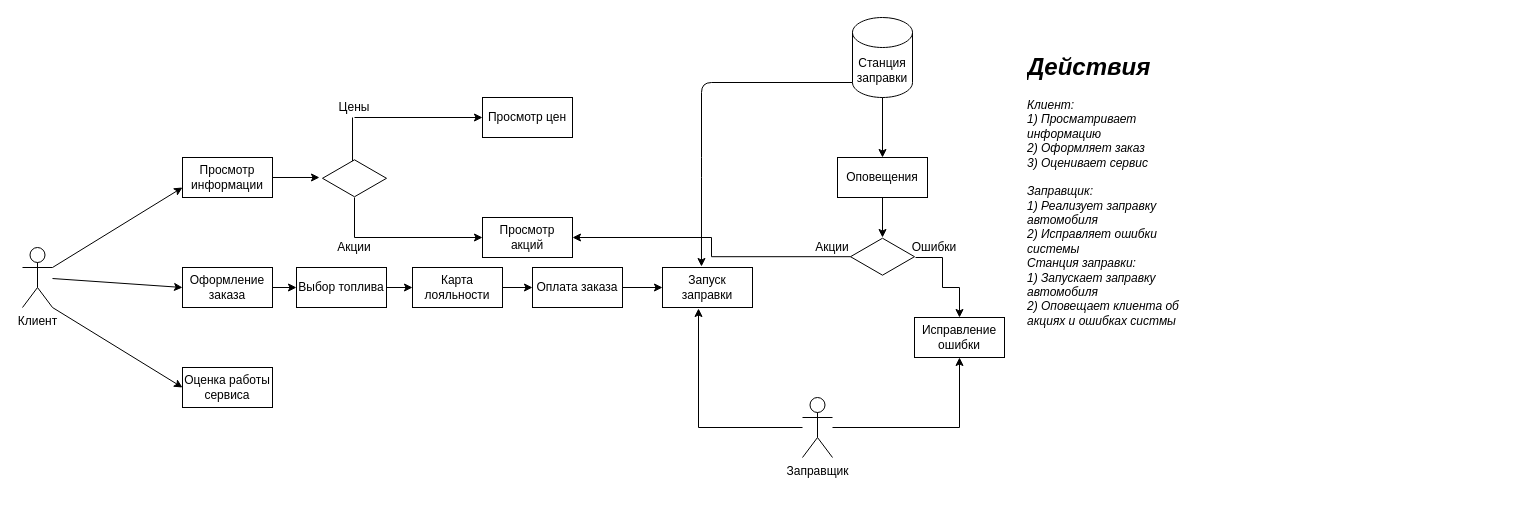
Above: DFD IS gas station.drawio in aleksey899/gas-station (draw.io), before the change. Source tidied: cells renumbered, new cells numbered last; positions are measured from the earlier drawing's top-left corner, leaving out a move shared by most shapes. Both pictures are drawn from the tidied source at 100%, with x=0, y=0 at pixel (22, 17).
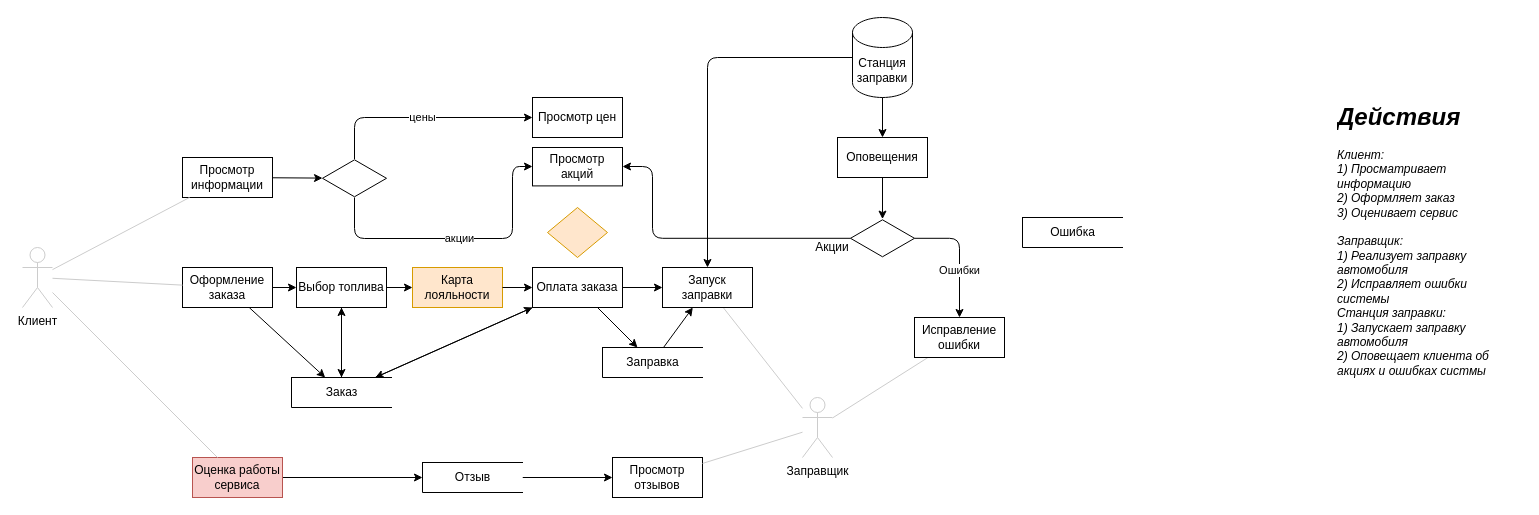
Above is the later version.

The change refers to these unchanged cells:
```xml
<mxCell id="3" value="Просмотр информации" style="rounded=0;whiteSpace=wrap;html=1;" parent="1" vertex="1">
  <mxGeometry x="160" y="140" width="90" height="40" as="geometry" />
</mxCell>
<mxCell id="5" value="Оформление заказа" style="rounded=0;whiteSpace=wrap;html=1;" parent="1" vertex="1">
  <mxGeometry x="160" y="250" width="90" height="40" as="geometry" />
</mxCell>
<mxCell id="9" style="html=1;whiteSpace=wrap;shape=isoRectangle;" parent="1" vertex="1">
  <mxGeometry x="300" y="141.6" width="64" height="38.4" as="geometry" />
</mxCell>
<mxCell id="19" value="Оплата заказа" style="rounded=0;whiteSpace=wrap;html=1;" parent="1" vertex="1">
  <mxGeometry x="510" y="250" width="90" height="40" as="geometry" />
</mxCell>
<mxCell id="21" value="Выбор топлива" style="rounded=0;whiteSpace=wrap;html=1;" parent="1" vertex="1">
  <mxGeometry x="274" y="250" width="90" height="40" as="geometry" />
</mxCell>
<mxCell id="25" value="Станция заправки" style="shape=cylinder3;whiteSpace=wrap;html=1;boundedLbl=1;backgroundOutline=1;size=15;" parent="1" vertex="1">
  <mxGeometry x="830" width="60" height="80" as="geometry" />
</mxCell>
<mxCell id="29" value="Запуск заправки" style="rounded=0;whiteSpace=wrap;html=1;" parent="1" vertex="1">
  <mxGeometry x="640" y="250" width="90" height="40" as="geometry" />
</mxCell>
<mxCell id="41" value="Исправление ошибки" style="rounded=0;whiteSpace=wrap;html=1;" parent="1" vertex="1">
  <mxGeometry x="892" y="300" width="90" height="40" as="geometry" />
</mxCell>
```

Diff of the diagram source:
```diff
@@
-    <mxCell id="2" value="Клиент" style="shape=umlActor;verticalLabelPosition=bottom;verticalAlign=top;html=1;outlineConnect=0;" parent="1" vertex="1">
+    <mxCell id="2" value="Клиент" style="shape=umlActor;verticalLabelPosition=bottom;verticalAlign=top;html=1;outlineConnect=0;strokeColor=#CCCCCC;" parent="1" vertex="1">
       <mxGeometry y="230" width="30" height="60" as="geometry" />
     </mxCell>
@@
+    <mxCell id="43" style="edgeStyle=none;jettySize=auto;html=1;" parent="1" edge="1" source="4" target="50">
+      <mxGeometry relative="1" as="geometry" />
+    </mxCell>
-    <mxCell id="4" value="Оценка работы сервиса" style="rounded=0;whiteSpace=wrap;html=1;" parent="1" vertex="1">
-      <mxGeometry x="160" y="350" width="90" height="40" as="geometry" />
+    <mxCell id="4" value="Оценка работы сервиса" style="rounded=0;whiteSpace=wrap;html=1;fillColor=#f8cecc;strokeColor=#b85450;" parent="1" vertex="1">
+      <mxGeometry x="170" y="440" width="90" height="40" as="geometry" />
     </mxCell>
+    <mxCell id="44" style="edgeStyle=none;jettySize=auto;html=1;" parent="1" edge="1" source="5" target="55">
+      <mxGeometry relative="1" as="geometry" />
+    </mxCell>
@@
-    <mxCell id="6" style="endArrow=classic;html=1;exitX=1;exitY=0.3333333333333333;exitDx=0;exitDy=0;exitPerimeter=0;entryX=0;entryY=0.75;entryDx=0;entryDy=0;" parent="1" edge="1" source="2" target="3">
+    <mxCell id="6" style="endArrow=none;html=1;endFill=0;strokeColor=#CCCCCC;" parent="1" edge="1" source="2" target="3">
       <mxGeometry relative="1" as="geometry" />
     </mxCell>
-    <mxCell id="7" style="endArrow=classic;html=1;entryX=0;entryY=0.5;entryDx=0;entryDy=0;" parent="1" edge="1" source="2" target="5">
+    <mxCell id="7" style="endArrow=none;html=1;endFill=0;strokeColor=#CCCCCC;" parent="1" edge="1" source="2" target="5">
       <mxGeometry relative="1" as="geometry" />
     </mxCell>
-    <mxCell id="8" style="endArrow=classic;html=1;entryX=0;entryY=0.5;entryDx=0;entryDy=0;exitX=1;exitY=1;exitDx=0;exitDy=0;exitPerimeter=0;" parent="1" edge="1" source="2" target="4">
+    <mxCell id="8" style="endArrow=none;html=1;endFill=0;strokeColor=#CCCCCC;" parent="1" edge="1" source="2" target="4">
       <mxGeometry relative="1" as="geometry" />
     </mxCell>
+    <mxCell id="45" value="цены" style="edgeStyle=orthogonalEdgeStyle;rounded=1;jettySize=auto;html=1;" parent="1" edge="1" source="9" target="16">
+      <mxGeometry relative="1" as="geometry">
+        <Array as="points">
+          <mxPoint x="332" y="100" />
+        </Array>
+      </mxGeometry>
+    </mxCell>
@@
-    <mxCell id="10" style="endArrow=none;html=1;fontStyle=1;" parent="1" edge="1" target="9">
-      <mxGeometry relative="1" as="geometry">
-        <mxPoint x="332" y="220" as="sourcePoint" />
-      </mxGeometry>
-    </mxCell>
-    <mxCell id="11" style="endArrow=none;html=1;exitX=0.469;exitY=0.052;exitDx=0;exitDy=0;exitPerimeter=0;" parent="1" edge="1" source="9">
-      <mxGeometry relative="1" as="geometry">
-        <mxPoint x="330" y="100" as="targetPoint" />
-      </mxGeometry>
-    </mxCell>
-    <mxCell id="12" style="endArrow=classic;html=1;exitX=1;exitY=0.5;exitDx=0;exitDy=0;entryX=-0.047;entryY=0.479;entryDx=0;entryDy=0;entryPerimeter=0;" parent="1" edge="1" source="3" target="9">
+    <mxCell id="12" style="endArrow=classic;html=1;" parent="1" edge="1" source="3" target="9">
       <mxGeometry relative="1" as="geometry" />
     </mxCell>
-    <mxCell id="13" value="Цены" style="text;html=1;strokeColor=none;fillColor=none;align=center;verticalAlign=middle;whiteSpace=wrap;rounded=0;" parent="1" vertex="1">
-      <mxGeometry x="312" y="80" width="40" height="20" as="geometry" />
-    </mxCell>
-    <mxCell id="14" value="Акции" style="text;html=1;strokeColor=none;fillColor=none;align=center;verticalAlign=middle;whiteSpace=wrap;rounded=0;" parent="1" vertex="1">
-      <mxGeometry x="312" y="220" width="40" height="20" as="geometry" />
-    </mxCell>
     <mxCell id="15" value="Просмотр акций" style="rounded=0;whiteSpace=wrap;html=1;" parent="1" vertex="1">
-      <mxGeometry x="460" y="200" width="90" height="40" as="geometry" />
+      <mxGeometry x="510" y="130" width="90" height="38.4" as="geometry" />
     </mxCell>
     <mxCell id="16" value="Просмотр цен" style="rounded=0;whiteSpace=wrap;html=1;" parent="1" vertex="1">
-      <mxGeometry x="460" y="80" width="90" height="40" as="geometry" />
+      <mxGeometry x="510" y="80" width="90" height="40" as="geometry" />
     </mxCell>
-    <mxCell id="17" style="endArrow=classic;html=1;exitX=0.5;exitY=0;exitDx=0;exitDy=0;entryX=0;entryY=0.5;entryDx=0;entryDy=0;" parent="1" edge="1" source="14" target="15">
-      <mxGeometry relative="1" as="geometry" />
+    <mxCell id="17" value="акции" style="endArrow=classic;html=1;edgeStyle=orthogonalEdgeStyle;" parent="1" edge="1" source="9" target="15">
+      <mxGeometry relative="1" as="geometry">
+        <Array as="points">
+          <mxPoint x="332" y="221" />
+          <mxPoint x="490" y="221" />
+          <mxPoint x="490" y="149" />
+        </Array>
+      </mxGeometry>
     </mxCell>
-    <mxCell id="18" style="endArrow=classic;html=1;exitX=0.5;exitY=1;exitDx=0;exitDy=0;entryX=0;entryY=0.5;entryDx=0;entryDy=0;" parent="1" edge="1" source="13" target="16">
-      <mxGeometry relative="1" as="geometry" />
-    </mxCell>
+    <mxCell id="46" style="edgeStyle=none;jettySize=auto;html=1;" parent="1" edge="1" source="19" target="57">
+      <mxGeometry relative="1" as="geometry" />
+    </mxCell>
+    <mxCell id="47" style="edgeStyle=none;jettySize=auto;html=1;" parent="1" edge="1" source="19" target="55">
+      <mxGeometry relative="1" as="geometry" />
+    </mxCell>
@@
-    <mxCell id="20" value="Карта лояльности" style="rounded=0;whiteSpace=wrap;html=1;" parent="1" vertex="1">
+    <mxCell id="20" value="Карта лояльности" style="rounded=0;whiteSpace=wrap;html=1;fillColor=#ffe6cc;strokeColor=#d79b00;" parent="1" vertex="1">
       <mxGeometry x="390" y="250" width="90" height="40" as="geometry" />
     </mxCell>
+    <mxCell id="48" style="edgeStyle=none;jettySize=auto;html=1;" parent="1" edge="1" source="21" target="55">
+      <mxGeometry relative="1" as="geometry" />
+    </mxCell>
@@
-    <mxCell id="22" style="endArrow=classic;html=1;exitX=1;exitY=0.5;exitDx=0;exitDy=0;" parent="1" edge="1" source="5" target="21">
+    <mxCell id="22" style="endArrow=classic;html=1;" parent="1" edge="1" source="5" target="21">
       <mxGeometry relative="1" as="geometry" />
     </mxCell>
-    <mxCell id="23" style="endArrow=classic;html=1;exitX=1;exitY=0.5;exitDx=0;exitDy=0;entryX=0;entryY=0.5;entryDx=0;entryDy=0;" parent="1" edge="1" source="21" target="20">
+    <mxCell id="23" style="endArrow=classic;html=1;" parent="1" edge="1" source="21" target="20">
       <mxGeometry relative="1" as="geometry" />
     </mxCell>
-    <mxCell id="24" style="endArrow=classic;html=1;exitX=1;exitY=0.5;exitDx=0;exitDy=0;entryX=0;entryY=0.5;entryDx=0;entryDy=0;" parent="1" edge="1" source="20" target="19">
+    <mxCell id="24" style="endArrow=classic;html=1;" parent="1" edge="1" source="20" target="19">
       <mxGeometry relative="1" as="geometry" />
     </mxCell>
@@
-    <mxCell id="26" style="edgeStyle=orthogonalEdgeStyle;rounded=0;jettySize=auto;html=1;entryX=0.5;entryY=1;entryDx=0;entryDy=0;" parent="1" edge="1" source="28" target="41">
+    <mxCell id="26" style="rounded=1;jettySize=auto;html=1;endArrow=none;endFill=0;strokeColor=#CCCCCC;" parent="1" edge="1" source="28" target="41">
       <mxGeometry relative="1" as="geometry" />
     </mxCell>
-    <mxCell id="27" style="edgeStyle=orthogonalEdgeStyle;rounded=0;jettySize=auto;html=1;entryX=0.4;entryY=1.025;entryDx=0;entryDy=0;entryPerimeter=0;" parent="1" edge="1" source="28" target="29">
+    <mxCell id="27" style="rounded=1;jettySize=auto;html=1;endArrow=none;endFill=0;strokeColor=#CCCCCC;" parent="1" edge="1" source="28" target="29">
       <mxGeometry relative="1" as="geometry" />
     </mxCell>
-    <mxCell id="28" value="Заправщик" style="shape=umlActor;verticalLabelPosition=bottom;verticalAlign=top;html=1;outlineConnect=0;" parent="1" vertex="1">
+    <mxCell id="28" value="Заправщик" style="shape=umlActor;verticalLabelPosition=bottom;verticalAlign=top;html=1;outlineConnect=0;strokeColor=#CCCCCC;" parent="1" vertex="1">
       <mxGeometry x="780" y="380" width="30" height="60" as="geometry" />
     </mxCell>
@@
-    <mxCell id="30" style="endArrow=classic;html=1;exitX=1;exitY=0.5;exitDx=0;exitDy=0;entryX=0;entryY=0.5;entryDx=0;entryDy=0;" parent="1" edge="1" source="19" target="29">
+    <mxCell id="30" style="endArrow=classic;html=1;" parent="1" edge="1" source="19" target="29">
       <mxGeometry relative="1" as="geometry" />
     </mxCell>
-    <mxCell id="31" style="endArrow=classic;html=1;exitX=0;exitY=1;exitDx=0;exitDy=-15;exitPerimeter=0;entryX=0.433;entryY=-0.025;entryDx=0;entryDy=0;entryPerimeter=0;" parent="1" edge="1" source="25" target="29">
-      <mxGeometry relative="1" as="geometry">
-        <Array as="points">
-          <mxPoint x="679" y="65" />
-          <mxPoint x="679" y="150" />
-        </Array>
-      </mxGeometry>
+    <mxCell id="31" style="endArrow=classic;html=1;edgeStyle=orthogonalEdgeStyle;" parent="1" edge="1" source="25" target="29">
+      <mxGeometry relative="1" as="geometry" />
     </mxCell>
     <mxCell id="32" value="Оповещения" style="rounded=0;whiteSpace=wrap;html=1;" parent="1" vertex="1">
-      <mxGeometry x="815" y="140" width="90" height="40" as="geometry" />
+      <mxGeometry x="815" y="120" width="90" height="40" as="geometry" />
     </mxCell>
-    <mxCell id="33" style="endArrow=classic;html=1;entryX=0.5;entryY=0;entryDx=0;entryDy=0;exitX=0.5;exitY=1;exitDx=0;exitDy=0;exitPerimeter=0;" parent="1" edge="1" source="25" target="32">
+    <mxCell id="33" style="endArrow=classic;html=1;" parent="1" edge="1" source="25" target="32">
       <mxGeometry relative="1" as="geometry" />
     </mxCell>
+    <mxCell id="38" value="Ошибки" style="edgeStyle=orthogonalEdgeStyle;rounded=1;jettySize=auto;html=1;" parent="1" edge="1" source="34" target="41">
+      <mxGeometry x="0.24" relative="1" as="geometry">
+        <Array as="points">
+          <mxPoint x="937" y="221" />
+        </Array>
+      </mxGeometry>
+    </mxCell>
     <mxCell id="34" style="html=1;whiteSpace=wrap;shape=isoRectangle;" parent="1" vertex="1">
-      <mxGeometry x="828" y="220" width="64" height="38.4" as="geometry" />
+      <mxGeometry x="828" y="201.6" width="64" height="38.4" as="geometry" />
     </mxCell>
-    <mxCell id="35" style="endArrow=classic;html=1;exitX=0.5;exitY=1;exitDx=0;exitDy=0;entryX=0.5;entryY=0;entryDx=0;entryDy=0;entryPerimeter=0;" parent="1" edge="1" source="32" target="34">
+    <mxCell id="35" style="endArrow=classic;html=1;" parent="1" edge="1" source="32" target="34">
       <mxGeometry relative="1" as="geometry" />
     </mxCell>
-    <mxCell id="36" style="endArrow=none;html=1;entryX=1.016;entryY=0.521;entryDx=0;entryDy=0;entryPerimeter=0;" parent="1" edge="1" target="34">
-      <mxGeometry relative="1" as="geometry">
-        <mxPoint x="920" y="240" as="sourcePoint" />
-      </mxGeometry>
-    </mxCell>
-    <mxCell id="37" style="edgeStyle=orthogonalEdgeStyle;rounded=0;jettySize=auto;html=1;entryX=0.5;entryY=0;entryDx=0;entryDy=0;" parent="1" edge="1" source="38" target="41">
-      <mxGeometry relative="1" as="geometry">
-        <Array as="points">
-          <mxPoint x="920" y="270" />
-          <mxPoint x="937" y="270" />
-        </Array>
-      </mxGeometry>
-    </mxCell>
-    <mxCell id="38" value="Ошибки" style="text;html=1;strokeColor=none;fillColor=none;align=center;verticalAlign=middle;whiteSpace=wrap;rounded=0;" parent="1" vertex="1">
-      <mxGeometry x="892" y="220" width="40" height="20" as="geometry" />
-    </mxCell>
-    <mxCell id="39" style="edgeStyle=orthogonalEdgeStyle;rounded=0;jettySize=auto;html=1;entryX=1;entryY=0.5;entryDx=0;entryDy=0;" parent="1" edge="1" source="34" target="15">
-      <mxGeometry relative="1" as="geometry" />
+    <mxCell id="39" style="edgeStyle=orthogonalEdgeStyle;rounded=1;jettySize=auto;html=1;" parent="1" edge="1" source="34" target="15">
+      <mxGeometry relative="1" as="geometry">
+        <Array as="points">
+          <mxPoint x="630" y="221" />
+          <mxPoint x="630" y="149" />
+        </Array>
+      </mxGeometry>
     </mxCell>
@@
     <mxCell id="42" value="&lt;h1&gt;Действия&lt;/h1&gt;&lt;div&gt;Клиент:&lt;/div&gt;&lt;div&gt;1) Просматривает информацию&lt;/div&gt;&lt;div&gt;2) Оформляет заказ&lt;/div&gt;&lt;div&gt;3) Оценивает сервис&lt;/div&gt;&lt;div&gt;&lt;br&gt;&lt;/div&gt;&lt;div&gt;Заправщик:&lt;/div&gt;&lt;div&gt;1) Реализует заправку автомобиля&lt;/div&gt;&lt;div&gt;2) Исправляет ошибки системы&lt;/div&gt;&lt;div&gt;Станция заправки:&lt;/div&gt;&lt;div&gt;1) Запускает заправку автомобиля&lt;/div&gt;&lt;div&gt;2) Оповещает клиента об акциях и ошибках систмы&lt;/div&gt;&lt;div&gt;&lt;br&gt;&lt;/div&gt;&lt;div&gt;&lt;br&gt;&lt;/div&gt;" style="text;html=1;strokeColor=none;fillColor=none;spacing=5;spacingTop=-20;whiteSpace=wrap;overflow=hidden;rounded=0;fontStyle=2;" parent="1" vertex="1">
-      <mxGeometry x="1000" y="30" width="190" height="330" as="geometry" />
+      <mxGeometry x="1310" y="80" width="190" height="330" as="geometry" />
     </mxCell>
+    <mxCell id="49" style="edgeStyle=none;jettySize=auto;html=1;" parent="1" edge="1" source="50" target="51">
+      <mxGeometry relative="1" as="geometry" />
+    </mxCell>
+    <mxCell id="50" value="Отзыв" style="html=1;dashed=0;whitespace=wrap;shape=partialRectangle;right=0;strokeColor=#000000;" parent="1" vertex="1">
+      <mxGeometry x="400" y="445" width="100" height="30" as="geometry" />
+    </mxCell>
+    <mxCell id="51" value="Просмотр отзывов" style="rounded=0;whiteSpace=wrap;html=1;" parent="1" vertex="1">
+      <mxGeometry x="590" y="440" width="90" height="40" as="geometry" />
+    </mxCell>
+    <mxCell id="52" style="rounded=1;jettySize=auto;html=1;endArrow=none;endFill=0;strokeColor=#CCCCCC;" parent="1" edge="1" source="28" target="51">
+      <mxGeometry relative="1" as="geometry" />
+    </mxCell>
+    <mxCell id="53" style="edgeStyle=none;jettySize=auto;html=1;" parent="1" edge="1" source="55" target="21">
+      <mxGeometry relative="1" as="geometry" />
+    </mxCell>
+    <mxCell id="54" style="edgeStyle=none;jettySize=auto;html=1;" parent="1" edge="1" source="55" target="19">
+      <mxGeometry relative="1" as="geometry" />
+    </mxCell>
+    <mxCell id="55" value="Заказ" style="html=1;dashed=0;whitespace=wrap;shape=partialRectangle;right=0;strokeColor=#000000;" parent="1" vertex="1">
+      <mxGeometry x="269" y="360" width="100" height="30" as="geometry" />
+    </mxCell>
+    <mxCell id="56" style="edgeStyle=none;jettySize=auto;html=1;" parent="1" edge="1" source="57" target="29">
+      <mxGeometry relative="1" as="geometry" />
+    </mxCell>
+    <mxCell id="57" value="Заправка" style="html=1;dashed=0;whitespace=wrap;shape=partialRectangle;right=0;strokeColor=#000000;" parent="1" vertex="1">
+      <mxGeometry x="580" y="330" width="100" height="30" as="geometry" />
+    </mxCell>
+    <mxCell id="58" value="Ошибка" style="html=1;dashed=0;whitespace=wrap;shape=partialRectangle;right=0;strokeColor=#000000;" parent="1" vertex="1">
+      <mxGeometry x="1000" y="200" width="100" height="30" as="geometry" />
+    </mxCell>
+    <mxCell id="59" style="shape=rhombus;html=1;dashed=0;whitespace=wrap;perimeter=rhombusPerimeter;strokeColor=#d79b00;fillColor=#ffe6cc;" parent="1" vertex="1">
+      <mxGeometry x="525" y="190" width="60" height="50" as="geometry" />
+    </mxCell>
```
